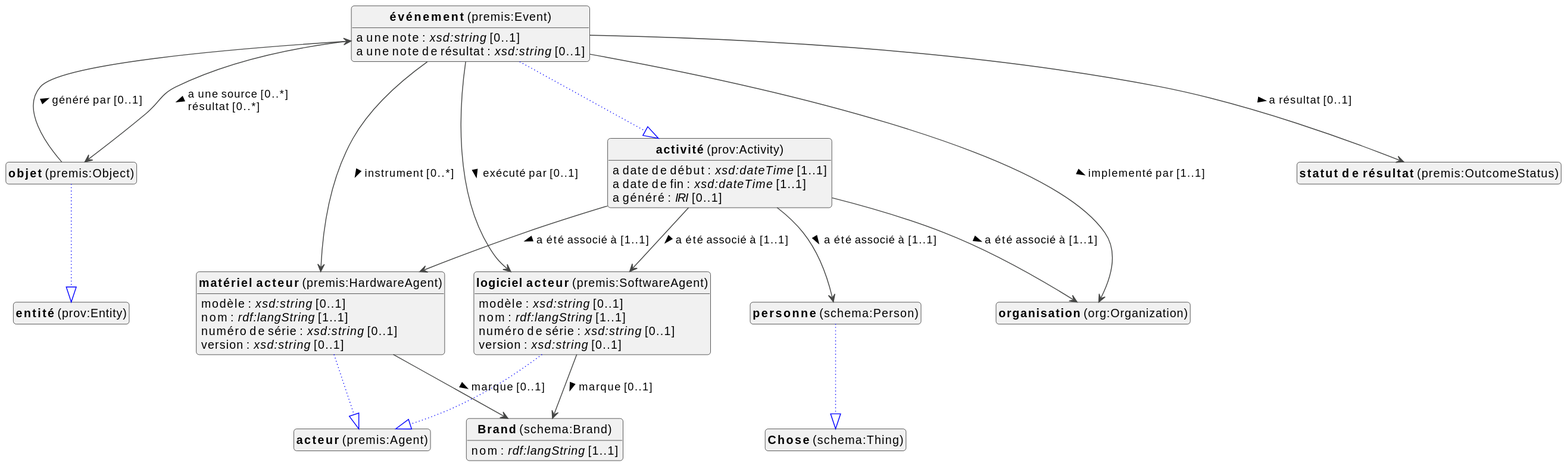
This is docs/metadata/knowledge-graph/0.0.1/events/fr/events-diagram.svg from viaacode/documentation-jekyll, a PlantUML export, as it was before one commit.
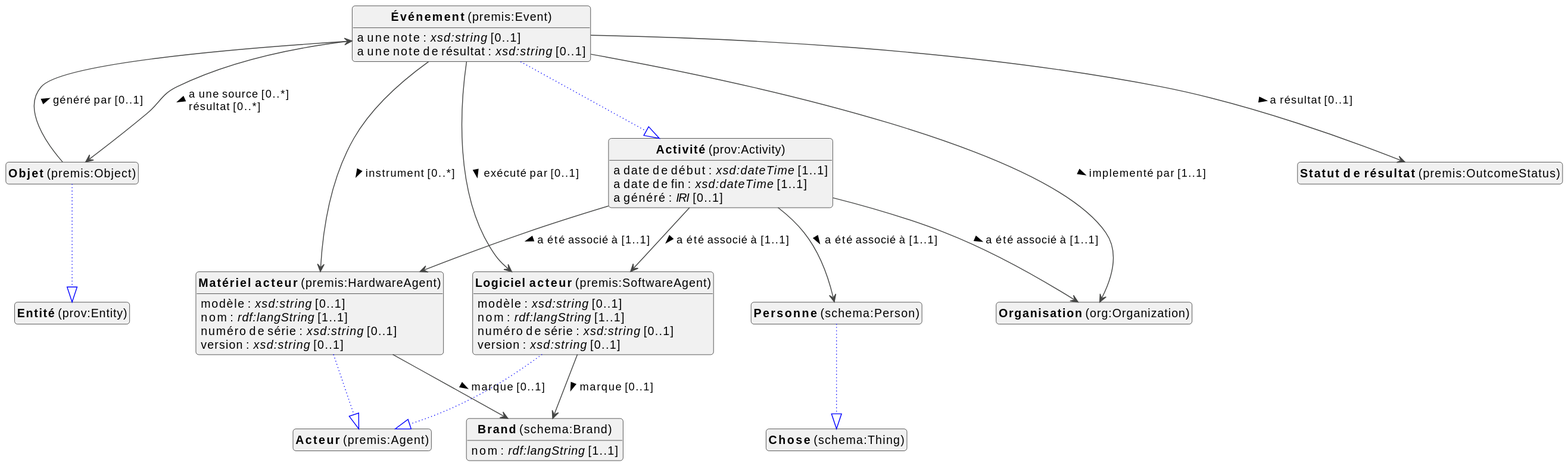
Later version of the same file.

The edit, as a diff of the source:
```diff
@@ -11,19 +11,19 @@
 
 
 class "<b>Brand</b> (schema:Brand)" as schema_Brand [[#schema%3ABrand]]
-class "<b>activité</b> (prov:Activity)" as prov_Activity [[#prov%3AActivity]]
-class "<b>logiciel acteur</b> (premis:SoftwareAgent)" as premis_SoftwareAgent [[#premis%3ASoftwareAgent]]
-class "<b>acteur</b> (premis:Agent)" as premis_Agent [[#premis%3AAgent]]
-class "<b>matériel acteur</b> (premis:HardwareAgent)" as premis_HardwareAgent [[#premis%3AHardwareAgent]]
-class "<b>acteur</b> (premis:Agent)" as premis_Agent [[#premis%3AAgent]]
-class "<b>objet</b> (premis:Object)" as premis_Object [[#premis%3AObject]]
-class "<b>entité</b> (prov:Entity)" as prov_Entity [[#prov%3AEntity]]
-class "<b>organisation</b> (org:Organization)" as org_Organization [[../../organizations/fr#org%3AOrganization]]
-class "<b>personne</b> (schema:Person)" as schema_Person [[../../organizations/fr#schema%3APerson]]
+class "<b>Activité</b> (prov:Activity)" as prov_Activity [[#prov%3AActivity]]
+class "<b>Logiciel acteur</b> (premis:SoftwareAgent)" as premis_SoftwareAgent [[#premis%3ASoftwareAgent]]
+class "<b>Acteur</b> (premis:Agent)" as premis_Agent [[#premis%3AAgent]]
+class "<b>Matériel acteur</b> (premis:HardwareAgent)" as premis_HardwareAgent [[#premis%3AHardwareAgent]]
+class "<b>Acteur</b> (premis:Agent)" as premis_Agent [[#premis%3AAgent]]
+class "<b>Objet</b> (premis:Object)" as premis_Object [[#premis%3AObject]]
+class "<b>Entité</b> (prov:Entity)" as prov_Entity [[#prov%3AEntity]]
+class "<b>Organisation</b> (org:Organization)" as org_Organization [[../../organizations/fr#org%3AOrganization]]
+class "<b>Personne</b> (schema:Person)" as schema_Person [[../../organizations/fr#schema%3APerson]]
 class "<b>Chose</b> (schema:Thing)" as schema_Thing [[#schema%3AThing]]
-class "<b>statut de résultat</b> (premis:OutcomeStatus)" as premis_OutcomeStatus [[#premis%3AOutcomeStatus]]
-class "<b>événement</b> (premis:Event)" as premis_Event [[#premis%3AEvent]]
-class "<b>activité</b> (prov:Activity)" as prov_Activity [[#prov%3AActivity]]
+class "<b>Statut de résultat</b> (premis:OutcomeStatus)" as premis_OutcomeStatus [[#premis%3AOutcomeStatus]]
+class "<b>Événement</b> (premis:Event)" as premis_Event [[#premis%3AEvent]]
+class "<b>Activité</b> (prov:Activity)" as prov_Activity [[#prov%3AActivity]]
 
 
 schema_Brand : nom : <i>rdf:langString</i> [1..1]
```
